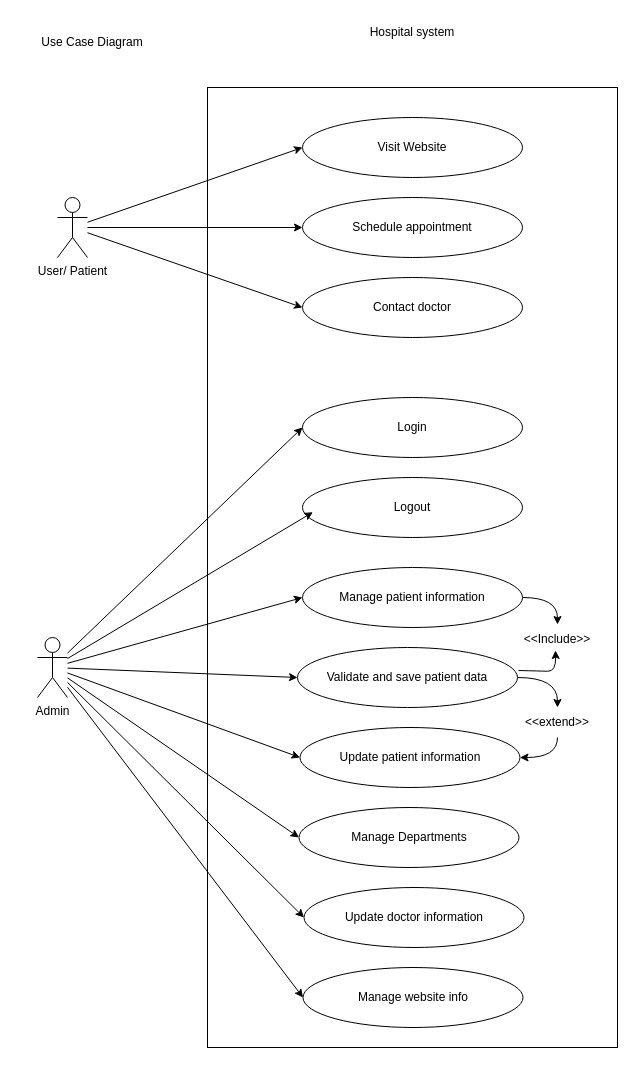
Above: page "Page-2" (2 of 2) of Sequence diagram.drawio in sumangopalani/firstrepo (draw.io), before the change. Source tidied: cells renumbered, new cells numbered last; positions are measured from the earlier drawing's top-left corner, leaving out a move shared by most shapes. Both pictures are drawn from the tidied source at 100%, with x=0, y=0 at pixel (17, 17).
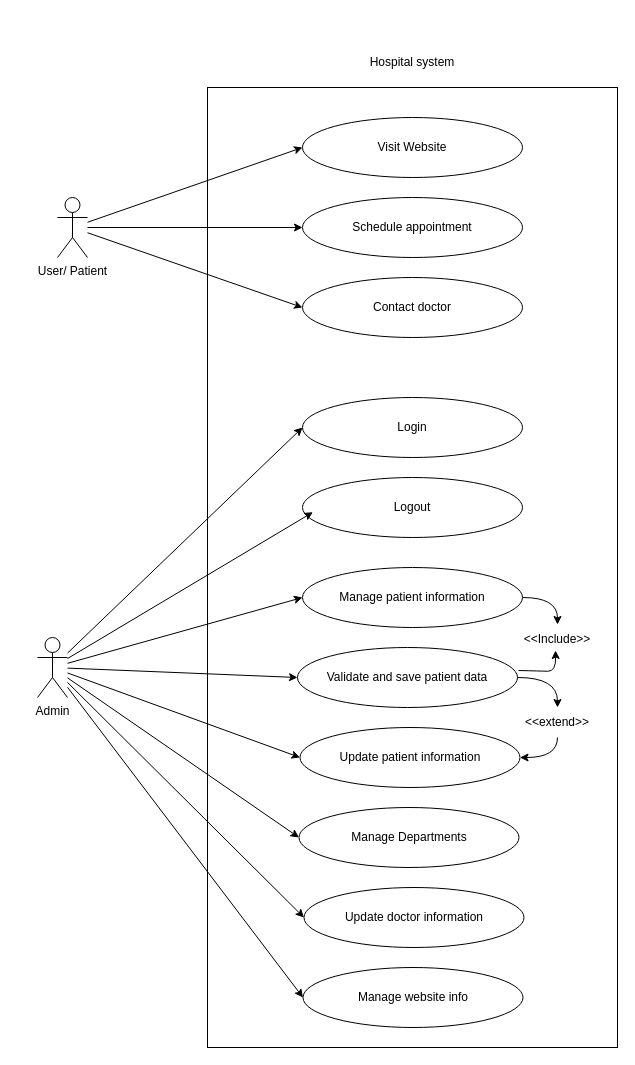
The same page after the edit.

Change to the diagram source:
```diff
@@
     <mxCell id="32" value="Hospital system" style="text;html=1;align=center;verticalAlign=middle;whiteSpace=wrap;rounded=0;" parent="1" vertex="1">
-      <mxGeometry x="320" width="150" height="30" as="geometry" />
+      <mxGeometry x="320" y="30" width="150" height="30" as="geometry" />
     </mxCell>
-    <mxCell id="33" value="Use Case Diagram" style="text;html=1;align=center;verticalAlign=middle;whiteSpace=wrap;rounded=0;" parent="1" vertex="1">
-      <mxGeometry y="10" width="150" height="30" as="geometry" />
-    </mxCell>
```
